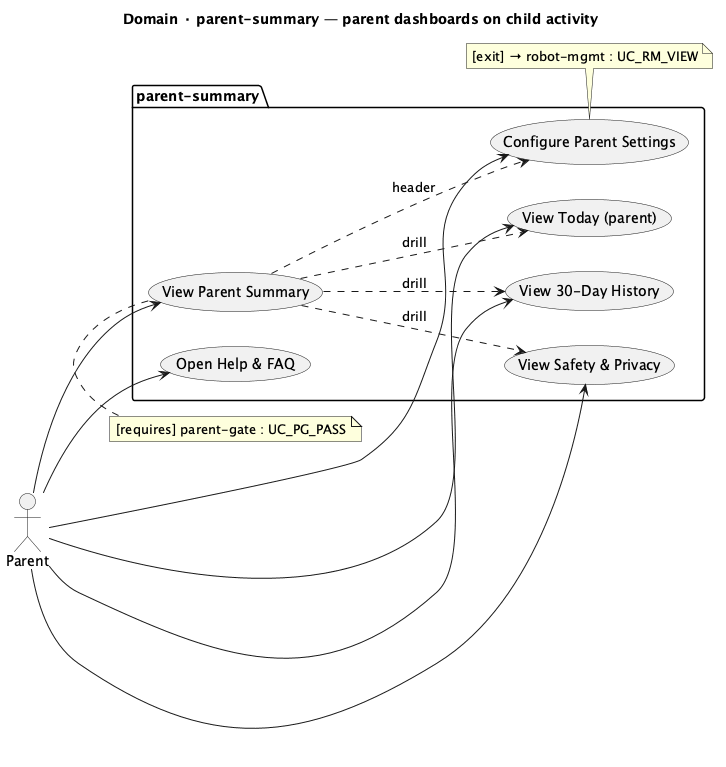
Before: migrate-ui-ux-to-mobile-app-docs/architecture/usecases/TBOT-ParentSummary.png, a diagram exported from PlantUML (JSR-Algo/TJBOT-Mobile). Source of this version:
```plantuml
@startuml TBOT-ParentSummary
title Domain · parent-summary — parent dashboards on child activity
left to right direction

actor Parent

package "parent-summary" {
  usecase "View Parent Summary"      as UC_PRT_SUMMARY
  usecase "View Today (parent)"      as UC_PRT_TODAY
  usecase "View 30-Day History"      as UC_PRT_HISTORY
  usecase "View Safety & Privacy"    as UC_PRT_SAFETY
  usecase "Configure Parent Settings" as UC_PRT_SETTINGS
  usecase "Open Help & FAQ"          as UC_PRT_HELP
}

Parent --> UC_PRT_SUMMARY
Parent --> UC_PRT_TODAY
Parent --> UC_PRT_HISTORY
Parent --> UC_PRT_SAFETY
Parent --> UC_PRT_SETTINGS
Parent --> UC_PRT_HELP

UC_PRT_SUMMARY ..> UC_PRT_TODAY    : drill
UC_PRT_SUMMARY ..> UC_PRT_HISTORY  : drill
UC_PRT_SUMMARY ..> UC_PRT_SAFETY   : drill
UC_PRT_SUMMARY ..> UC_PRT_SETTINGS : header

note top of UC_PRT_SUMMARY
  [requires] parent-gate : UC_PG_PASS
end note
note bottom of UC_PRT_SETTINGS
  [exit] → robot-mgmt : UC_RM_VIEW
end note

@enduml
```
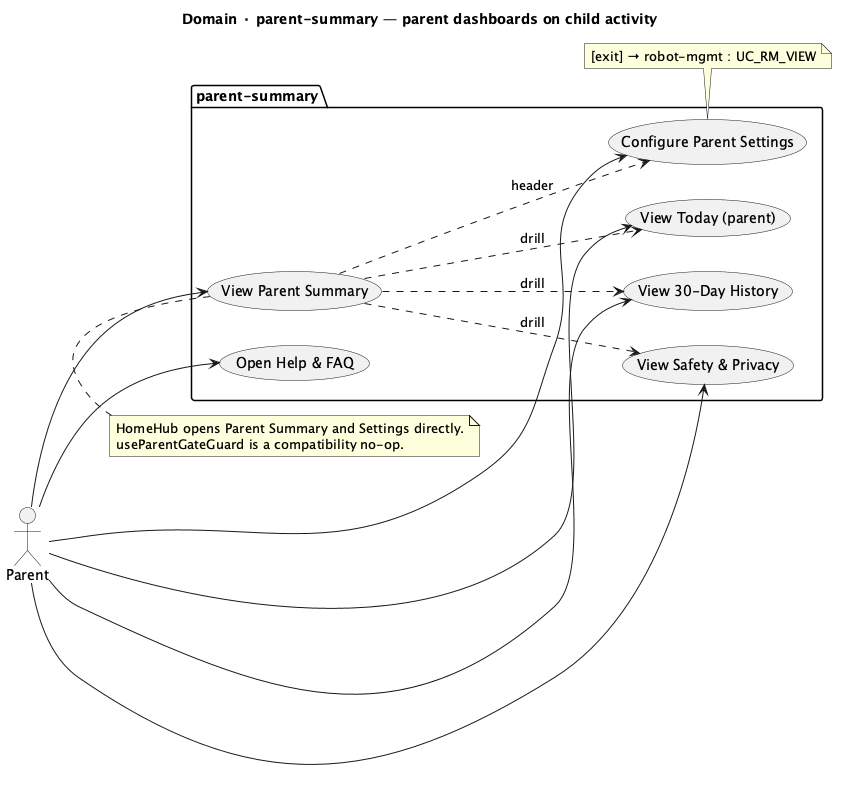
Above is the later version.

Commit message:
fix(usecases): remove automatic parent gate edge

The edit, as a diff of the source:
```diff
@@ -26,7 +26,8 @@
 UC_PRT_SUMMARY ..> UC_PRT_SETTINGS : header
 
 note top of UC_PRT_SUMMARY
-  [requires] parent-gate : UC_PG_PASS
+  HomeHub opens Parent Summary and Settings directly.
+  useParentGateGuard is a compatibility no-op.
 end note
 note bottom of UC_PRT_SETTINGS
   [exit] → robot-mgmt : UC_RM_VIEW
```
